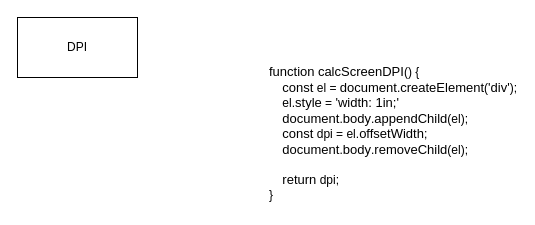
jogaleon/prescription-writing-react-ts keeps this draw.io diagram as page "Print" (9 of 9) of flowchart.drawio. Above is the earlier version. Source tidied: cells renumbered, new cells numbered last; positions are measured from the earlier drawing's top-left corner, leaving out a move shared by most shapes. Both pictures are drawn from the tidied source at 100%, with x=0, y=0 at pixel (17, 17).
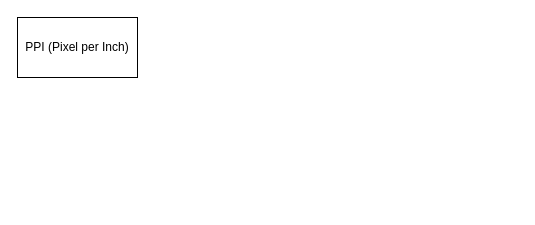
The same diagram, later.

Diff of the diagram source:
```diff
@@
 <mxGraphModel>
   <root>
     <mxCell id="0" />
     <mxCell id="1" parent="0" />
-    <mxCell id="2" value="DPI" style="rounded=0;whiteSpace=wrap;html=1;" parent="1" vertex="1">
+    <mxCell id="2" value="PPI (Pixel per Inch)" style="rounded=0;whiteSpace=wrap;html=1;" parent="1" vertex="1">
       <mxGeometry width="120" height="60" as="geometry" />
     </mxCell>
-    <mxCell id="3" value="&lt;pre style=&quot;margin: 0px; padding: var(--su12); border: 0px; font-style: normal; font-variant-ligatures: normal; font-variant-caps: normal; font-variant-numeric: inherit; font-variant-east-asian: inherit; font-weight: 400; font-stretch: inherit; line-height: var(--lh-md); font-family: var(--ff-mono); font-size: var(--fs-body1); vertical-align: baseline; box-sizing: inherit; width: auto; max-height: 600px; overflow: auto; background-color: var(--highlight-bg); border-radius: var(--br-md); color: var(--highlight-color); overflow-wrap: normal; letter-spacing: normal; orphans: 2; text-align: left; text-indent: 0px; text-transform: none; widows: 2; word-spacing: 0px; -webkit-text-stroke-width: 0px; text-decoration-thickness: initial; text-decoration-style: initial; text-decoration-color: initial;&quot; class=&quot;lang-js s-code-block&quot;&gt;&lt;code style=&quot;margin: 0px; padding: 0px; border: 0px; font-style: inherit; font-variant: inherit; font-weight: inherit; font-stretch: inherit; line-height: inherit; font-family: inherit; font-size: var(--fs-body1); vertical-align: baseline; box-sizing: inherit; background-color: transparent;&quot; class=&quot;hljs language-javascript&quot;&gt;&lt;span style=&quot;margin: 0px; padding: 0px; border: 0px; font-style: inherit; font-variant: inherit; font-weight: inherit; font-stretch: inherit; line-height: inherit; font-family: inherit; font-size: 13px; vertical-align: baseline; box-sizing: inherit; color: var(--highlight-keyword);&quot; class=&quot;hljs-keyword&quot;&gt;function&lt;/span&gt; &lt;span style=&quot;margin: 0px; padding: 0px; border: 0px; font-style: inherit; font-variant: inherit; font-weight: inherit; font-stretch: inherit; line-height: inherit; font-family: inherit; font-size: 13px; vertical-align: baseline; box-sizing: inherit; color: var(--highlight-literal);&quot; class=&quot;hljs-title function_&quot;&gt;calcScreenDPI&lt;/span&gt;(&lt;span style=&quot;margin: 0px; padding: 0px; border: 0px; font-style: inherit; font-variant: inherit; font-weight: inherit; font-stretch: inherit; line-height: inherit; font-family: inherit; font-size: 13px; vertical-align: baseline; box-sizing: inherit;&quot; class=&quot;hljs-params&quot;&gt;&lt;/span&gt;) {&#10;    &lt;span style=&quot;margin: 0px; padding: 0px; border: 0px; font-style: inherit; font-variant: inherit; font-weight: inherit; font-stretch: inherit; line-height: inherit; font-family: inherit; font-size: 13px; vertical-align: baseline; box-sizing: inherit; color: var(--highlight-keyword);&quot; class=&quot;hljs-keyword&quot;&gt;const&lt;/span&gt; el = &lt;span style=&quot;margin: 0px; padding: 0px; border: 0px; font-style: inherit; font-variant: inherit; font-weight: inherit; font-stretch: inherit; line-height: inherit; font-family: inherit; font-size: 13px; vertical-align: baseline; box-sizing: inherit; color: var(--highlight-variable);&quot; class=&quot;hljs-variable language_&quot;&gt;document&lt;/span&gt;.&lt;span style=&quot;margin: 0px; padding: 0px; border: 0px; font-style: inherit; font-variant: inherit; font-weight: inherit; font-stretch: inherit; line-height: inherit; font-family: inherit; font-size: 13px; vertical-align: baseline; box-sizing: inherit; color: var(--highlight-literal);&quot; class=&quot;hljs-title function_&quot;&gt;createElement&lt;/span&gt;(&lt;span style=&quot;margin: 0px; padding: 0px; border: 0px; font-style: inherit; font-variant: inherit; font-weight: inherit; font-stretch: inherit; line-height: inherit; font-family: inherit; font-size: 13px; vertical-align: baseline; box-sizing: inherit; color: var(--highlight-variable);&quot; class=&quot;hljs-string&quot;&gt;'div'&lt;/span&gt;);&#10;    el.&lt;span style=&quot;margin: 0px; padding: 0px; border: 0px; font-style: inherit; font-variant: inherit; font-weight: inherit; font-stretch: inherit; line-height: inherit; font-family: inherit; font-size: 13px; vertical-align: baseline; box-sizing: inherit;&quot; class=&quot;hljs-property&quot;&gt;style&lt;/span&gt; = &lt;span style=&quot;margin: 0px; padding: 0px; border: 0px; font-style: inherit; font-variant: inherit; font-weight: inherit; font-stretch: inherit; line-height: inherit; font-family: inherit; font-size: 13px; vertical-align: baseline; box-sizing: inherit; color: var(--highlight-variable);&quot; class=&quot;hljs-string&quot;&gt;'width: 1in;'&lt;/span&gt;&#10;    &lt;span style=&quot;margin: 0px; padding: 0px; border: 0px; font-style: inherit; font-variant: inherit; font-weight: inherit; font-stretch: inherit; line-height: inherit; font-family: inherit; font-size: 13px; vertical-align: baseline; box-sizing: inherit; color: var(--highlight-variable);&quot; class=&quot;hljs-variable language_&quot;&gt;document&lt;/span&gt;.&lt;span style=&quot;margin: 0px; padding: 0px; border: 0px; font-style: inherit; font-variant: inherit; font-weight: inherit; font-stretch: inherit; line-height: inherit; font-family: inherit; font-size: 13px; vertical-align: baseline; box-sizing: inherit;&quot; class=&quot;hljs-property&quot;&gt;body&lt;/span&gt;.&lt;span style=&quot;margin: 0px; padding: 0px; border: 0px; font-style: inherit; font-variant: inherit; font-weight: inherit; font-stretch: inherit; line-height: inherit; font-family: inherit; font-size: 13px; vertical-align: baseline; box-sizing: inherit; color: var(--highlight-literal);&quot; class=&quot;hljs-title function_&quot;&gt;appendChild&lt;/span&gt;(el);&#10;    &lt;span style=&quot;margin: 0px; padding: 0px; border: 0px; font-style: inherit; font-variant: inherit; font-weight: inherit; font-stretch: inherit; line-height: inherit; font-family: inherit; font-size: 13px; vertical-align: baseline; box-sizing: inherit; color: var(--highlight-keyword);&quot; class=&quot;hljs-keyword&quot;&gt;const&lt;/span&gt; dpi = el.&lt;span style=&quot;margin: 0px; padding: 0px; border: 0px; font-style: inherit; font-variant: inherit; font-weight: inherit; font-stretch: inherit; line-height: inherit; font-family: inherit; font-size: 13px; vertical-align: baseline; box-sizing: inherit;&quot; class=&quot;hljs-property&quot;&gt;offsetWidth&lt;/span&gt;;&#10;    &lt;span style=&quot;margin: 0px; padding: 0px; border: 0px; font-style: inherit; font-variant: inherit; font-weight: inherit; font-stretch: inherit; line-height: inherit; font-family: inherit; font-size: 13px; vertical-align: baseline; box-sizing: inherit; color: var(--highlight-variable);&quot; class=&quot;hljs-variable language_&quot;&gt;document&lt;/span&gt;.&lt;span style=&quot;margin: 0px; padding: 0px; border: 0px; font-style: inherit; font-variant: inherit; font-weight: inherit; font-stretch: inherit; line-height: inherit; font-family: inherit; font-size: 13px; vertical-align: baseline; box-sizing: inherit;&quot; class=&quot;hljs-property&quot;&gt;body&lt;/span&gt;.&lt;span style=&quot;margin: 0px; padding: 0px; border: 0px; font-style: inherit; font-variant: inherit; font-weight: inherit; font-stretch: inherit; line-height: inherit; font-family: inherit; font-size: 13px; vertical-align: baseline; box-sizing: inherit; color: var(--highlight-literal);&quot; class=&quot;hljs-title function_&quot;&gt;removeChild&lt;/span&gt;(el);&#10;&#10;    &lt;span style=&quot;margin: 0px; padding: 0px; border: 0px; font-style: inherit; font-variant: inherit; font-weight: inherit; font-stretch: inherit; line-height: inherit; font-family: inherit; font-size: 13px; vertical-align: baseline; box-sizing: inherit; color: var(--highlight-keyword);&quot; class=&quot;hljs-keyword&quot;&gt;return&lt;/span&gt; dpi;&#10;}&lt;/code&gt;&lt;/pre&gt;" style="text;whiteSpace=wrap;html=1;" parent="1" vertex="1">
-      <mxGeometry x="250" y="40" width="120" height="150" as="geometry" />
-    </mxCell>
   </root>
 </mxGraphModel>
```
